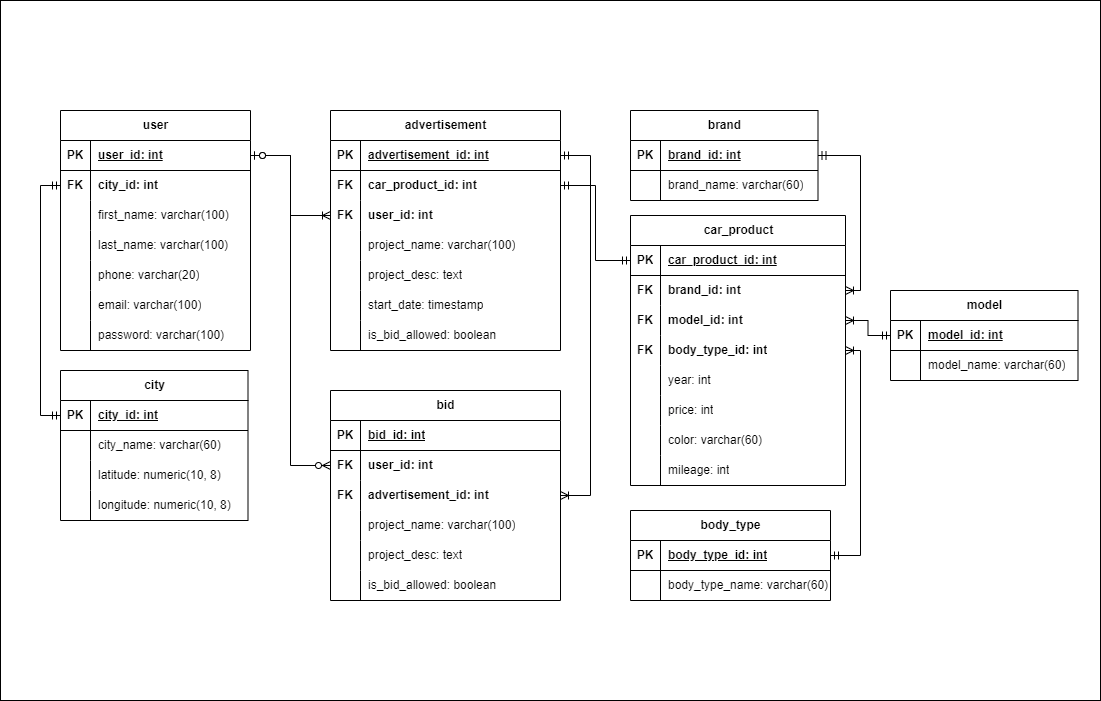
Earlier version of the draw.io export erd/used-car-marketplace.png (blitzkz23/used-car-online-marketplace-db). Source tidied: cells renumbered, new cells last; positions are measured from the earlier drawing's top-left corner, leaving out a move shared by most shapes.
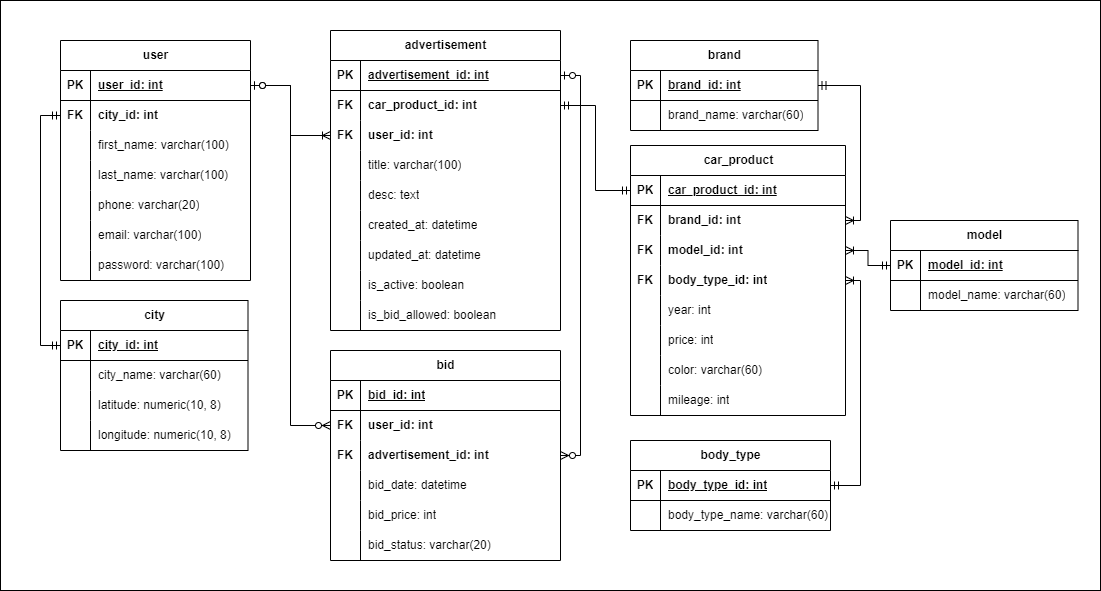
Above is the later version.

Commit message:
docs: update erd pic and business rule

What changed in the source:
```diff
@@ -3,7 +3,7 @@
     <mxCell id="0" />
     <mxCell id="1" parent="0" />
     <mxCell id="2" style="rounded=0;whiteSpace=wrap;html=1;" parent="1" vertex="1">
-      <mxGeometry width="1100" height="700" as="geometry" />
+      <mxGeometry y="70" width="1100" height="590" as="geometry" />
     </mxCell>
     <mxCell id="3" value="user" style="shape=table;startSize=30;rowLines=0;fontStyle=1;align=center;html=1;" parent="1" vertex="1">
       <mxGeometry x="60" y="110" width="190" height="240" as="geometry" />
@@ -111,7 +111,7 @@
       <mxGeometry x="30" width="157.5" height="30" as="geometry" />
     </mxCell>
     <mxCell id="38" value="advertisement" style="shape=table;startSize=30;rowLines=0;fontStyle=1;align=center;html=1;" parent="1" vertex="1">
-      <mxGeometry x="330" y="110" width="230" height="240" as="geometry" />
+      <mxGeometry x="330" y="100" width="230" height="300" as="geometry" />
     </mxCell>
     <mxCell id="39" style="shape=tableRow;horizontal=0;startSize=0;swimlaneHead=0;swimlaneBody=0;fillColor=none;points=[[0,0.5],[1,0.5]];portConstraint=eastwest;top=0;left=0;right=0;bottom=1;" parent="38" vertex="1">
       <mxGeometry y="30" width="230" height="30" as="geometry" />
@@ -146,29 +146,47 @@
     <mxCell id="49" style="shape=partialRectangle;fillColor=none;top=0;left=0;bottom=0;right=0;overflow=hidden;whiteSpace=wrap;html=1;" parent="48" vertex="1">
       <mxGeometry width="30" height="30" as="geometry" />
     </mxCell>
-    <mxCell id="50" value="project_name: varchar(100)" style="shape=partialRectangle;fillColor=none;top=0;left=0;bottom=0;right=0;align=left;spacingLeft=6;overflow=hidden;whiteSpace=wrap;html=1;" parent="48" vertex="1">
+    <mxCell id="50" value="title: varchar(100)" style="shape=partialRectangle;fillColor=none;top=0;left=0;bottom=0;right=0;align=left;spacingLeft=6;overflow=hidden;whiteSpace=wrap;html=1;" parent="48" vertex="1">
       <mxGeometry x="30" width="200" height="30" as="geometry" />
     </mxCell>
     <mxCell id="51" style="shape=tableRow;horizontal=0;startSize=0;swimlaneHead=0;swimlaneBody=0;fillColor=none;top=0;left=0;right=0;bottom=0;" parent="38" vertex="1">
       <mxGeometry y="150" width="230" height="30" as="geometry" />
     </mxCell>
-    <mxCell id="52" style="shape=partialRectangle;fillColor=none;top=0;left=0;bottom=0;right=0;overflow=hidden;whiteSpace=wrap;html=1;" parent="51" vertex="1">
-      <mxGeometry width="30" height="30" as="geometry" />
-    </mxCell>
-    <mxCell id="53" value="project_desc: text" style="shape=partialRectangle;fillColor=none;top=0;left=0;bottom=0;right=0;align=left;spacingLeft=6;overflow=hidden;whiteSpace=wrap;html=1;" parent="51" vertex="1">
-      <mxGeometry x="30" width="200" height="30" as="geometry" />
-    </mxCell>
+    <mxCell id="133" style="shape=partialRectangle;fillColor=none;top=0;left=0;bottom=0;right=0;overflow=hidden;whiteSpace=wrap;html=1;" parent="51" vertex="1">
+      <mxGeometry width="30" height="30" as="geometry" />
+    </mxCell>
+    <mxCell id="134" value="desc: text" style="shape=partialRectangle;fillColor=none;top=0;left=0;bottom=0;right=0;align=left;spacingLeft=6;overflow=hidden;whiteSpace=wrap;html=1;" parent="51" vertex="1">
+      <mxGeometry x="30" width="200" height="30" as="geometry" />
+    </mxCell>
+    <mxCell id="135" style="shape=tableRow;horizontal=0;startSize=0;swimlaneHead=0;swimlaneBody=0;fillColor=none;top=0;left=0;right=0;bottom=0;" parent="38" vertex="1">
+      <mxGeometry y="180" width="230" height="30" as="geometry" />
+    </mxCell>
+    <mxCell id="136" style="shape=partialRectangle;fillColor=none;top=0;left=0;bottom=0;right=0;overflow=hidden;whiteSpace=wrap;html=1;" parent="135" vertex="1">
+      <mxGeometry width="30" height="30" as="geometry" />
+    </mxCell>
+    <mxCell id="137" value="created_at: datetime" style="shape=partialRectangle;fillColor=none;top=0;left=0;bottom=0;right=0;align=left;spacingLeft=6;overflow=hidden;whiteSpace=wrap;html=1;" parent="135" vertex="1">
+      <mxGeometry x="30" width="200" height="30" as="geometry" />
+    </mxCell>
+    <mxCell id="138" style="shape=tableRow;horizontal=0;startSize=0;swimlaneHead=0;swimlaneBody=0;fillColor=none;top=0;left=0;right=0;bottom=0;" parent="38" vertex="1">
+      <mxGeometry y="210" width="230" height="30" as="geometry" />
+    </mxCell>
+    <mxCell id="139" style="shape=partialRectangle;fillColor=none;top=0;left=0;bottom=0;right=0;overflow=hidden;whiteSpace=wrap;html=1;" parent="138" vertex="1">
+      <mxGeometry width="30" height="30" as="geometry" />
+    </mxCell>
+    <mxCell id="140" value="updated_at: datetime" style="shape=partialRectangle;fillColor=none;top=0;left=0;bottom=0;right=0;align=left;spacingLeft=6;overflow=hidden;whiteSpace=wrap;html=1;" parent="138" vertex="1">
+      <mxGeometry x="30" width="200" height="30" as="geometry" />
+    </mxCell>
     <mxCell id="54" style="shape=tableRow;horizontal=0;startSize=0;swimlaneHead=0;swimlaneBody=0;fillColor=none;top=0;left=0;right=0;bottom=0;" parent="38" vertex="1">
-      <mxGeometry y="180" width="230" height="30" as="geometry" />
+      <mxGeometry y="240" width="230" height="30" as="geometry" />
     </mxCell>
     <mxCell id="55" style="shape=partialRectangle;fillColor=none;top=0;left=0;bottom=0;right=0;overflow=hidden;whiteSpace=wrap;html=1;" parent="54" vertex="1">
       <mxGeometry width="30" height="30" as="geometry" />
     </mxCell>
-    <mxCell id="56" value="start_date: timestamp" style="shape=partialRectangle;fillColor=none;top=0;left=0;bottom=0;right=0;align=left;spacingLeft=6;overflow=hidden;whiteSpace=wrap;html=1;" parent="54" vertex="1">
+    <mxCell id="56" value="is_active: boolean" style="shape=partialRectangle;fillColor=none;top=0;left=0;bottom=0;right=0;align=left;spacingLeft=6;overflow=hidden;whiteSpace=wrap;html=1;" parent="54" vertex="1">
       <mxGeometry x="30" width="200" height="30" as="geometry" />
     </mxCell>
     <mxCell id="57" style="shape=tableRow;horizontal=0;startSize=0;swimlaneHead=0;swimlaneBody=0;fillColor=none;top=0;left=0;right=0;bottom=0;" parent="38" vertex="1">
-      <mxGeometry y="210" width="230" height="30" as="geometry" />
+      <mxGeometry y="270" width="230" height="30" as="geometry" />
     </mxCell>
     <mxCell id="58" style="shape=partialRectangle;fillColor=none;top=0;left=0;bottom=0;right=0;overflow=hidden;whiteSpace=wrap;html=1;" parent="57" vertex="1">
       <mxGeometry width="30" height="30" as="geometry" />
@@ -266,7 +284,7 @@
       <mxGeometry relative="1" as="geometry" />
     </mxCell>
     <mxCell id="88" value="bid" style="shape=table;startSize=30;rowLines=0;fontStyle=1;align=center;html=1;" parent="1" vertex="1">
-      <mxGeometry x="330" y="390" width="230" height="210" as="geometry" />
+      <mxGeometry x="330" y="420" width="230" height="210" as="geometry" />
     </mxCell>
     <mxCell id="89" style="shape=tableRow;horizontal=0;startSize=0;swimlaneHead=0;swimlaneBody=0;fillColor=none;top=0;left=0;right=0;bottom=1;" parent="88" vertex="1">
       <mxGeometry y="30" width="230" height="30" as="geometry" />
@@ -301,7 +319,7 @@
     <mxCell id="99" style="shape=partialRectangle;fillColor=none;top=0;left=0;bottom=0;right=0;overflow=hidden;whiteSpace=wrap;html=1;" parent="98" vertex="1">
       <mxGeometry width="30" height="30" as="geometry" />
     </mxCell>
-    <mxCell id="100" value="project_name: varchar(100)" style="shape=partialRectangle;fillColor=none;top=0;left=0;bottom=0;right=0;align=left;spacingLeft=6;overflow=hidden;whiteSpace=wrap;html=1;" parent="98" vertex="1">
+    <mxCell id="100" value="bid_date: datetime" style="shape=partialRectangle;fillColor=none;top=0;left=0;bottom=0;right=0;align=left;spacingLeft=6;overflow=hidden;whiteSpace=wrap;html=1;" parent="98" vertex="1">
       <mxGeometry x="30" width="200" height="30" as="geometry" />
     </mxCell>
     <mxCell id="101" style="shape=tableRow;horizontal=0;startSize=0;swimlaneHead=0;swimlaneBody=0;fillColor=none;top=0;left=0;right=0;bottom=0;" parent="88" vertex="1">
@@ -310,7 +328,7 @@
     <mxCell id="102" style="shape=partialRectangle;fillColor=none;top=0;left=0;bottom=0;right=0;overflow=hidden;whiteSpace=wrap;html=1;" parent="101" vertex="1">
       <mxGeometry width="30" height="30" as="geometry" />
     </mxCell>
-    <mxCell id="103" value="project_desc: text" style="shape=partialRectangle;fillColor=none;top=0;left=0;bottom=0;right=0;align=left;spacingLeft=6;overflow=hidden;whiteSpace=wrap;html=1;" parent="101" vertex="1">
+    <mxCell id="103" value="bid_price: int" style="shape=partialRectangle;fillColor=none;top=0;left=0;bottom=0;right=0;align=left;spacingLeft=6;overflow=hidden;whiteSpace=wrap;html=1;" parent="101" vertex="1">
       <mxGeometry x="30" width="200" height="30" as="geometry" />
     </mxCell>
     <mxCell id="104" style="shape=tableRow;horizontal=0;startSize=0;swimlaneHead=0;swimlaneBody=0;fillColor=none;top=0;left=0;right=0;bottom=0;" parent="88" vertex="1">
@@ -319,15 +337,12 @@
     <mxCell id="105" style="shape=partialRectangle;fillColor=none;top=0;left=0;bottom=0;right=0;overflow=hidden;whiteSpace=wrap;html=1;" parent="104" vertex="1">
       <mxGeometry width="30" height="30" as="geometry" />
     </mxCell>
-    <mxCell id="106" value="is_bid_allowed: boolean" style="shape=partialRectangle;fillColor=none;top=0;left=0;bottom=0;right=0;align=left;spacingLeft=6;overflow=hidden;whiteSpace=wrap;html=1;" parent="104" vertex="1">
+    <mxCell id="106" value="bid_status: varchar(20)" style="shape=partialRectangle;fillColor=none;top=0;left=0;bottom=0;right=0;align=left;spacingLeft=6;overflow=hidden;whiteSpace=wrap;html=1;" parent="104" vertex="1">
       <mxGeometry x="30" width="200" height="30" as="geometry" />
     </mxCell>
     <mxCell id="107" style="edgeStyle=orthogonalEdgeStyle;fontSize=12;html=1;endArrow=ERzeroToMany;startArrow=ERzeroToOne;rounded=0;exitX=1;exitY=0.5;exitDx=0;exitDy=0;entryX=0;entryY=0.5;entryDx=0;entryDy=0;" parent="1" edge="1" source="4" target="92">
       <mxGeometry relative="1" as="geometry" />
     </mxCell>
-    <mxCell id="108" style="edgeStyle=entityRelationEdgeStyle;fontSize=12;html=1;endArrow=ERoneToMany;startArrow=ERmandOne;rounded=0;exitX=1;exitY=0.5;exitDx=0;exitDy=0;entryX=1;entryY=0.5;entryDx=0;entryDy=0;" parent="1" edge="1" source="39" target="95">
-      <mxGeometry relative="1" as="geometry" />
-    </mxCell>
     <mxCell id="109" value="brand" style="shape=table;startSize=30;rowLines=0;fontStyle=1;align=center;html=1;" parent="1" vertex="1">
       <mxGeometry x="630" y="110" width="187.5" height="90" as="geometry" />
     </mxCell>
@@ -410,5 +425,13 @@
         </Array>
       </mxGeometry>
     </mxCell>
+    <mxCell id="108" style="edgeStyle=orthogonalEdgeStyle;fontSize=12;html=1;endArrow=ERzeroToMany;startArrow=ERzeroToOne;rounded=0;exitX=1;exitY=0.5;exitDx=0;exitDy=0;entryX=1;entryY=0.5;entryDx=0;entryDy=0;" parent="1" edge="1" source="39" target="95">
+      <mxGeometry relative="1" as="geometry">
+        <Array as="points">
+          <mxPoint x="580" y="145" />
+          <mxPoint x="580" y="525" />
+        </Array>
+      </mxGeometry>
+    </mxCell>
   </root>
 </mxGraphModel>
```
